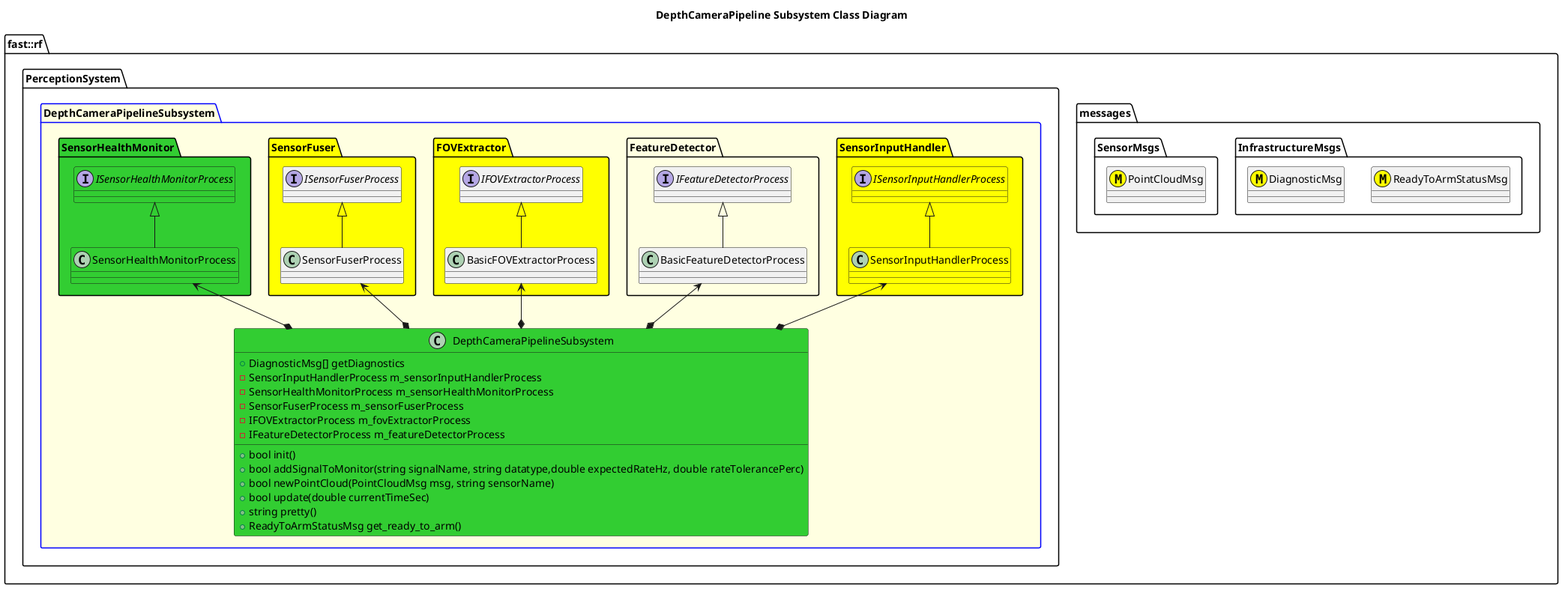
Before: Systems/Perception/Subsystems/DepthCameraPipeline/doc/puml/DepthCameraPipelineSubsystemClassDiagram.png, a diagram exported from PlantUML (fastrobotics/robot_framework).
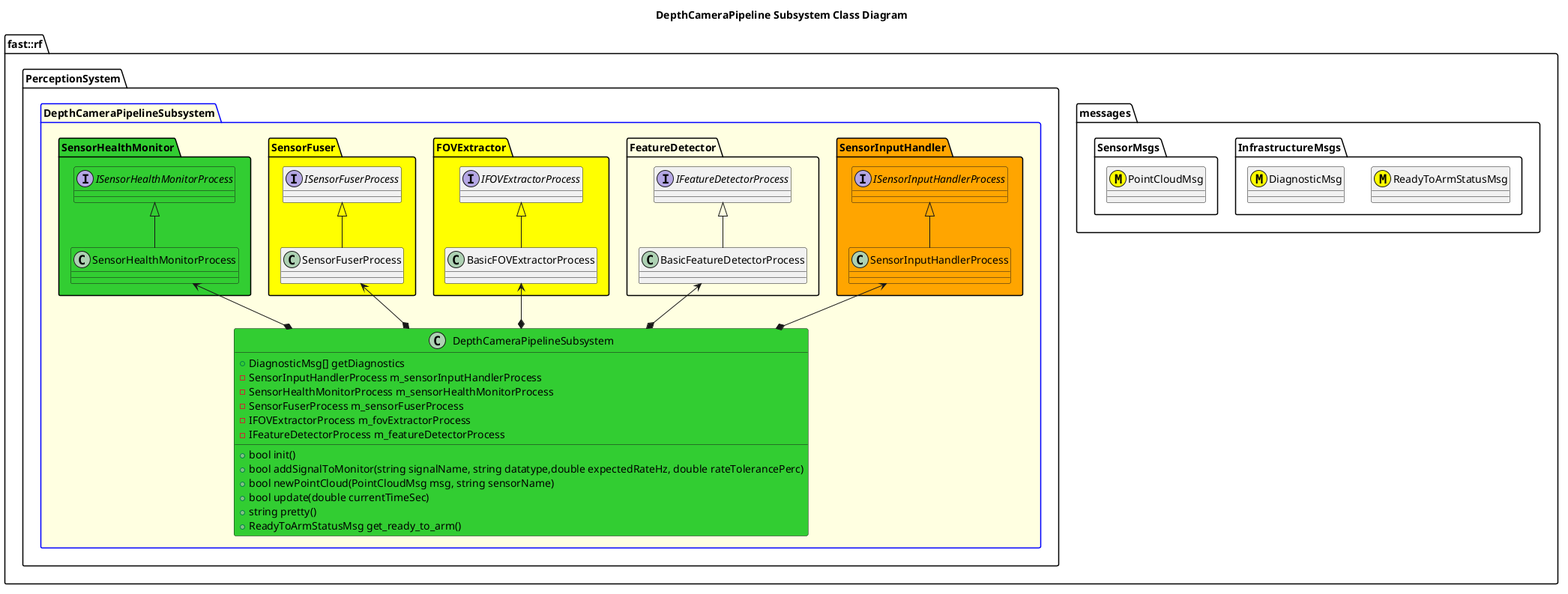
After the change.

What changed in the source:
```diff
@@ -13,9 +13,9 @@
   namespace PerceptionSystem {
     package DepthCameraPipelineSubsystem #LightYellow;line:blue {
 
-        namespace SensorInputHandler #Yellow {
-            interface ISensorInputHandlerProcess #Yellow
-            class SensorInputHandlerProcess #Yellow
+        namespace SensorInputHandler #Orange {
+            interface ISensorInputHandlerProcess #Orange
+            class SensorInputHandlerProcess #Orange
             SensorInputHandlerProcess -up-|> ISensorInputHandlerProcess
         }
         namespace FeatureDetector {
```
